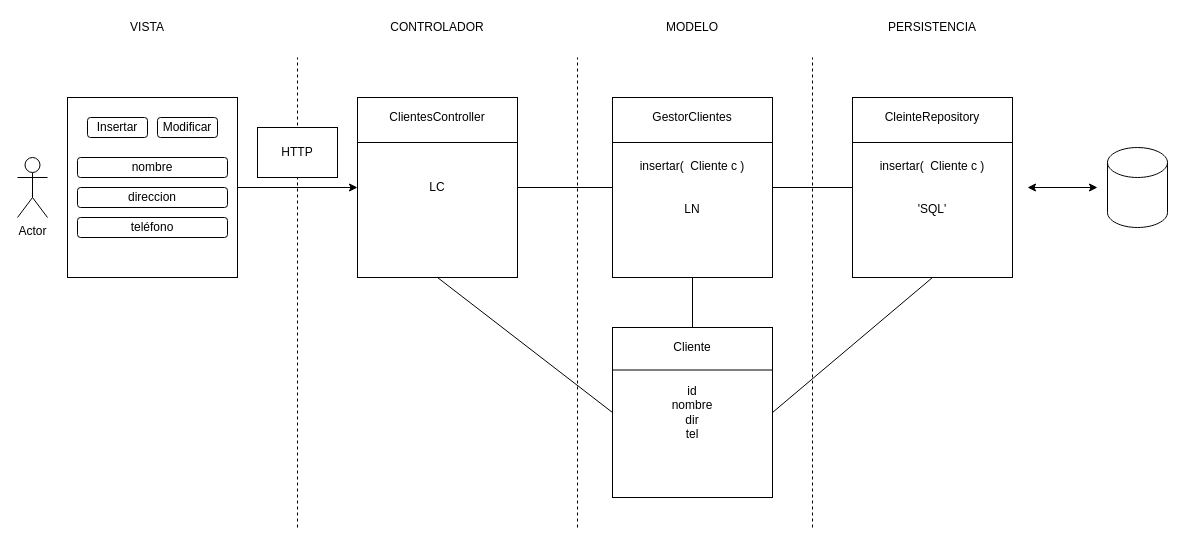
Before: page "Página-3" (3 of 4) of Dibujillos.drawio in lrag/SpringPracticas, a draw.io diagram. Source tidied: cells renumbered, new cells numbered last; positions are measured from the earlier drawing's top-left corner, leaving out a move shared by most shapes. Both pictures are drawn from the tidied source at 100%, with x=0, y=0 at pixel (17, 17).
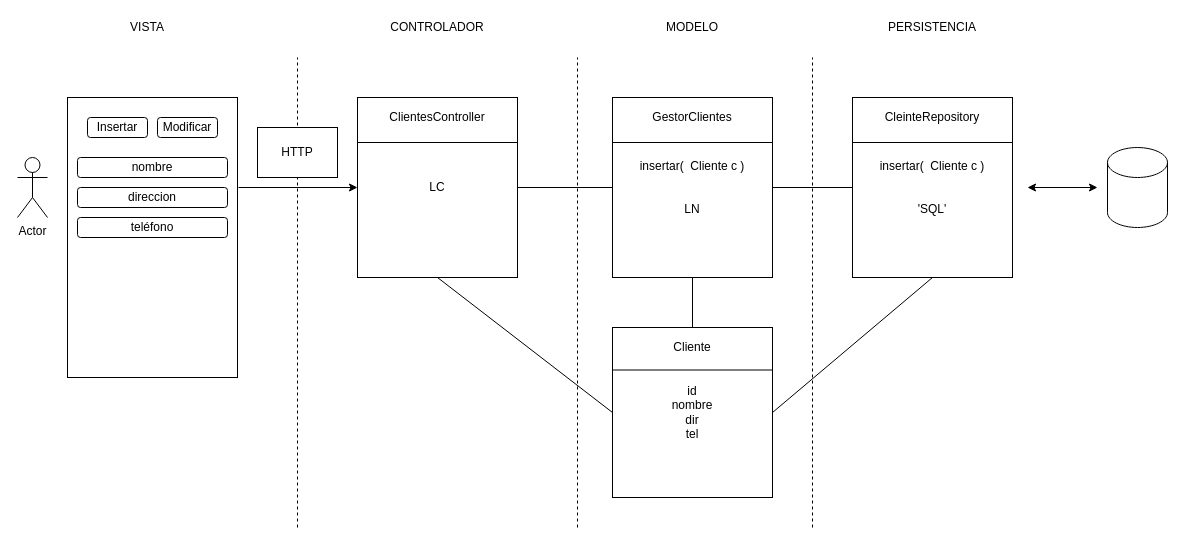
The same diagram, later.

Unchanged cells that the change refers to:
```xml
<mxCell id="5" value="LC" style="rounded=0;whiteSpace=wrap;html=1;fillColor=none;" parent="1" vertex="1">
  <mxGeometry x="340" y="80" width="160" height="180" as="geometry" />
</mxCell>
```

The edit, as a diff of the source:
```diff
@@
     <mxCell id="7" style="rounded=0;whiteSpace=wrap;html=1;fillColor=none;" parent="1" vertex="1">
-      <mxGeometry x="50" y="80" width="170" height="180" as="geometry" />
+      <mxGeometry x="50" y="80" width="170" height="280" as="geometry" />
     </mxCell>
@@
-    <mxCell id="17" style="endArrow=classic;html=1;exitX=1;exitY=0.5;exitDx=0;exitDy=0;entryX=0;entryY=0.5;entryDx=0;entryDy=0;" parent="1" edge="1" source="7" target="5">
-      <mxGeometry relative="1" as="geometry" />
+    <mxCell id="17" style="endArrow=classic;html=1;entryX=0;entryY=0.5;entryDx=0;entryDy=0;" parent="1" edge="1" target="5">
+      <mxGeometry relative="1" as="geometry">
+        <mxPoint x="221" y="170" as="sourcePoint" />
+      </mxGeometry>
     </mxCell>
```
